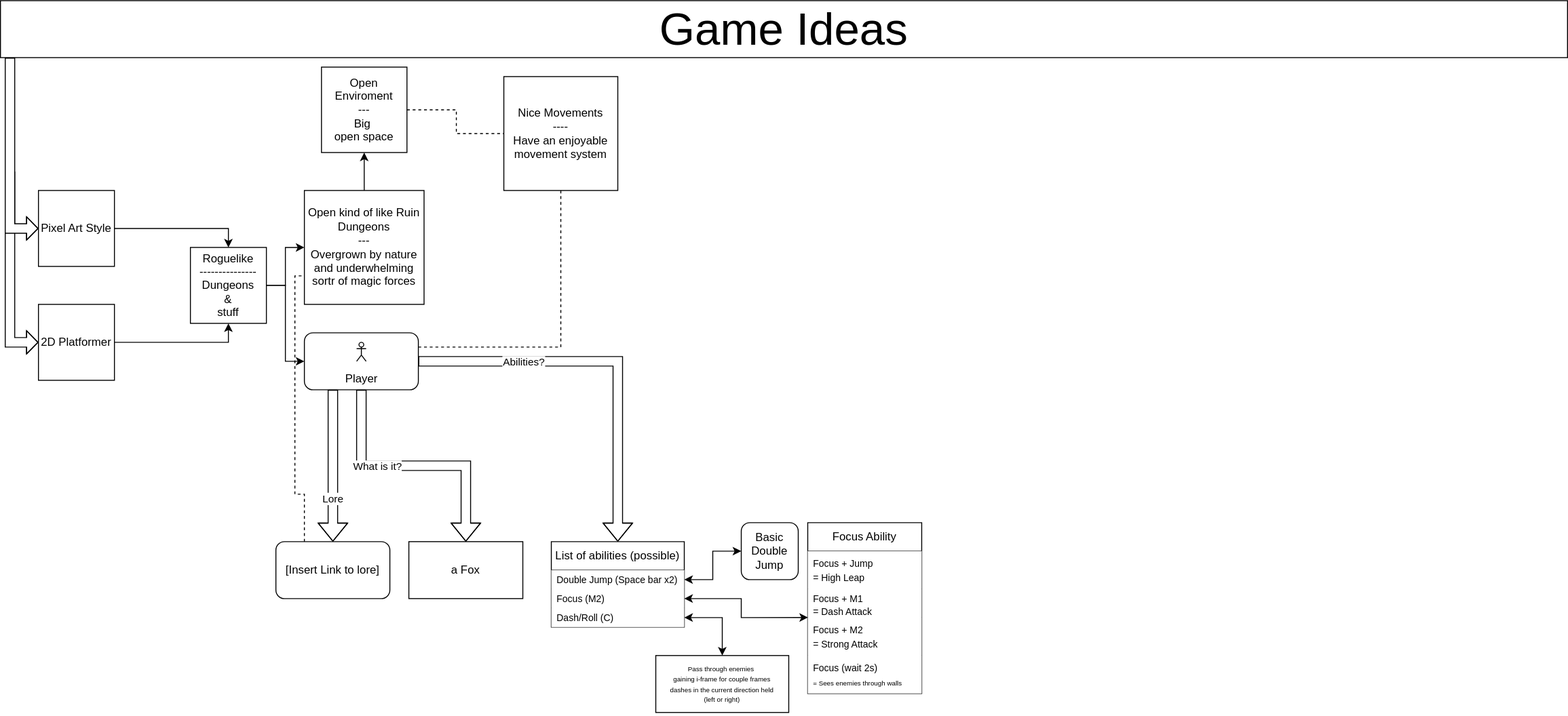
Before: Plans/2DGamePlanning.drawio.svg, a diagram exported from draw.io (UnknownRedFoxDev/2D-Game). Source tidied: cells renumbered, new cells last; positions are measured from the earlier drawing's top-left corner, leaving out a move shared by most shapes.
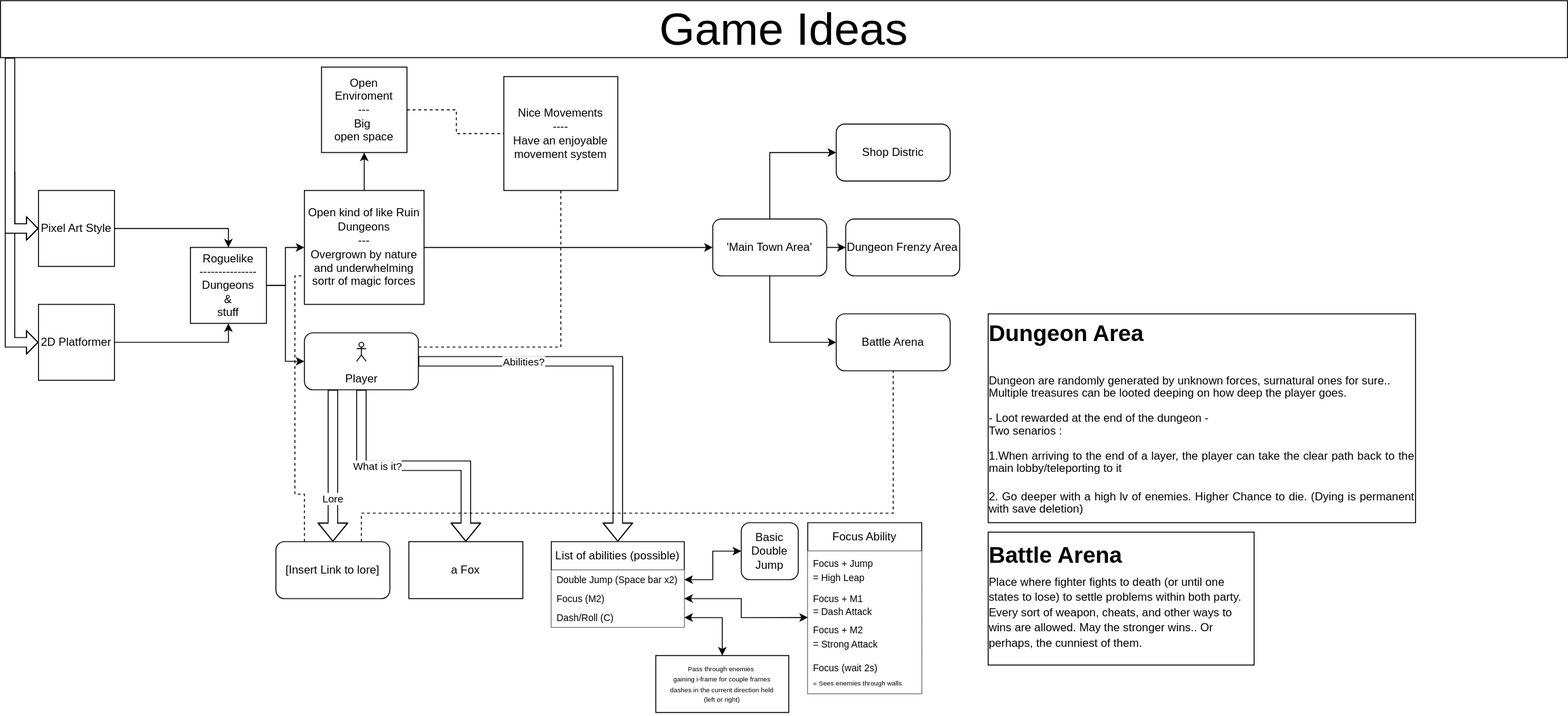
The same diagram one commit later.

Diff of the diagram source:
```diff
@@ -199,5 +199,55 @@
         </Array>
       </mxGeometry>
     </mxCell>
+    <mxCell id="47" style="endArrow=classic;html=1;rounded=0;exitX=1;exitY=0.5;exitDx=0;exitDy=0;" parent="1" edge="1" source="15" target="51">
+      <mxGeometry relative="1" as="geometry" />
+    </mxCell>
+    <mxCell id="48" style="edgeStyle=orthogonalEdgeStyle;rounded=0;jettySize=auto;html=1;" parent="1" edge="1" source="51">
+      <mxGeometry relative="1" as="geometry">
+        <mxPoint x="880" y="160" as="targetPoint" />
+        <Array as="points">
+          <mxPoint x="810" y="160" />
+        </Array>
+      </mxGeometry>
+    </mxCell>
+    <mxCell id="49" style="edgeStyle=orthogonalEdgeStyle;rounded=0;jettySize=auto;html=1;" parent="1" edge="1" source="51">
+      <mxGeometry relative="1" as="geometry">
+        <mxPoint x="890" y="260" as="targetPoint" />
+      </mxGeometry>
+    </mxCell>
+    <mxCell id="50" style="edgeStyle=orthogonalEdgeStyle;rounded=0;jettySize=auto;html=1;" parent="1" edge="1" source="51">
+      <mxGeometry relative="1" as="geometry">
+        <mxPoint x="880" y="360" as="targetPoint" />
+        <Array as="points">
+          <mxPoint x="810" y="360" />
+        </Array>
+      </mxGeometry>
+    </mxCell>
+    <mxCell id="51" value="'Main Town Area'" style="rounded=1;whiteSpace=wrap;html=1;" parent="1" vertex="1">
+      <mxGeometry x="750" y="230" width="120" height="60" as="geometry" />
+    </mxCell>
+    <mxCell id="52" value="Shop Distric" style="rounded=1;whiteSpace=wrap;html=1;" parent="1" vertex="1">
+      <mxGeometry x="880" y="130" width="120" height="60" as="geometry" />
+    </mxCell>
+    <mxCell id="53" value="Dungeon Frenzy Area" style="rounded=1;whiteSpace=wrap;html=1;" parent="1" vertex="1">
+      <mxGeometry x="890" y="230" width="120" height="60" as="geometry" />
+    </mxCell>
+    <mxCell id="54" value="Battle Arena" style="rounded=1;whiteSpace=wrap;html=1;" parent="1" vertex="1">
+      <mxGeometry x="880" y="330" width="120" height="60" as="geometry" />
+    </mxCell>
+    <mxCell id="55" style="endArrow=none;dashed=1;html=1;rounded=0;exitX=0.75;exitY=0;exitDx=0;exitDy=0;entryX=0.5;entryY=1;entryDx=0;entryDy=0;" parent="1" edge="1" source="26" target="54">
+      <mxGeometry relative="1" as="geometry">
+        <Array as="points">
+          <mxPoint x="380" y="540" />
+          <mxPoint x="940" y="540" />
+        </Array>
+      </mxGeometry>
+    </mxCell>
+    <mxCell id="56" value="&lt;h1 style=&quot;text-align: left; line-height: 26.4px;&quot;&gt;&lt;div style=&quot;text-align: justify; line-height: 26.4px;&quot;&gt;Dungeon Area&lt;/div&gt;&lt;div style=&quot;text-align: justify; line-height: 26.4px;&quot;&gt;&lt;span style=&quot;font-size: 12px;&quot;&gt;&lt;br&gt;&lt;/span&gt;&lt;/div&gt;&lt;span style=&quot;font-size: 12px; font-weight: 400;&quot;&gt;&lt;div style=&quot;text-align: justify; line-height: 13.2px;&quot;&gt;&lt;span style=&quot;background-color: initial;&quot;&gt;Dungeon are randomly generated by unknown forces, surnatural ones for sure..&lt;/span&gt;&lt;/div&gt;&lt;div style=&quot;text-align: justify; line-height: 13.2px;&quot;&gt;&lt;span style=&quot;background-color: initial;&quot;&gt;Multiple treasures can be looted deeping on how deep the player goes.&amp;nbsp;&lt;br&gt;&lt;/span&gt;&lt;span style=&quot;background-color: initial;&quot;&gt;&lt;br&gt;&lt;/span&gt;&lt;/div&gt;&lt;div style=&quot;text-align: justify; line-height: 13.2px;&quot;&gt;&lt;span style=&quot;background-color: initial;&quot;&gt;- Loot rewarded at the end of the dungeon - &lt;br&gt;Two senarios :&lt;br&gt;&lt;/span&gt;&lt;span style=&quot;background-color: initial;&quot;&gt;&lt;br&gt;&lt;/span&gt;&lt;/div&gt;&lt;div style=&quot;text-align: justify; line-height: 13.2px;&quot;&gt;&lt;span style=&quot;background-color: initial;&quot;&gt;1.When arriving to the end of a layer, the player can take the clear path back to the main lobby/teleporting to it&lt;/span&gt;&lt;/div&gt;&lt;/span&gt;&lt;/h1&gt;&lt;h1 style=&quot;text-align: left; line-height: 26.4px;&quot;&gt;&lt;span style=&quot;font-weight: 400; font-size: 12px;&quot;&gt;&lt;div style=&quot;text-align: justify; line-height: 13.2px;&quot;&gt;&lt;span style=&quot;background-color: initial;&quot;&gt;2. Go deeper with a high lv of enemies. Higher Chance to die. (Dying is permanent with save deletion)&lt;/span&gt;&lt;/div&gt;&lt;/span&gt;&lt;/h1&gt;" style="rounded=0;whiteSpace=wrap;html=1;" parent="1" vertex="1">
+      <mxGeometry x="1040" y="330" width="450" height="220" as="geometry" />
+    </mxCell>
+    <mxCell id="57" value="&lt;h1 style=&quot;text-align: left; line-height: 12px;&quot;&gt;Battle Arena&lt;br&gt;&lt;br&gt;&lt;span style=&quot;background-color: initial; font-size: 12px; font-weight: normal;&quot;&gt;Place where fighter fights to death (or until one states to lose) to settle problems within both party.&amp;nbsp;&lt;br&gt;&lt;/span&gt;&lt;font style=&quot;font-size: 12px; font-weight: normal;&quot;&gt;Every sort of weapon, cheats, and other ways to wins are allowed. May the stronger wins.. Or perhaps, the cunniest of them.&lt;/font&gt;&lt;/h1&gt;" style="rounded=0;whiteSpace=wrap;html=1;" parent="1" vertex="1">
+      <mxGeometry x="1040" y="560" width="280" height="140" as="geometry" />
+    </mxCell>
   </root>
 </mxGraphModel>
```
